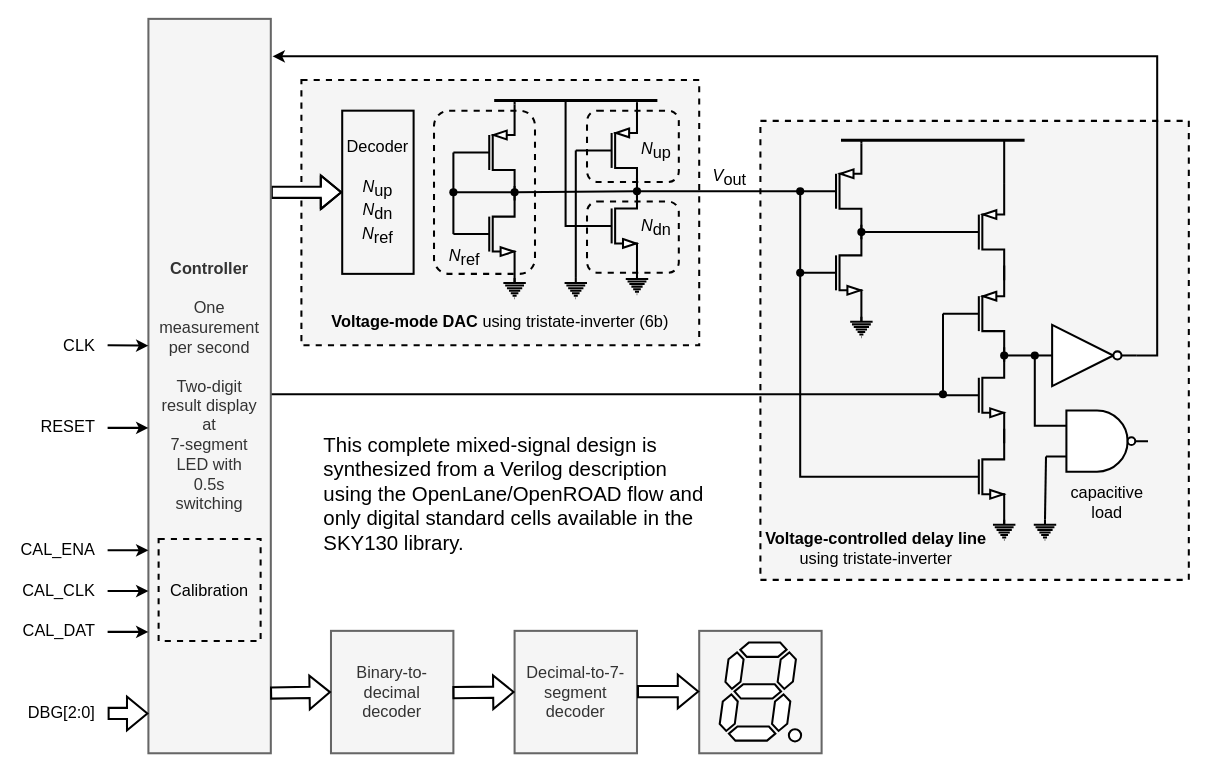
Earlier version of the draw.io diagram doc/synthesized_temperature_sensor.drawio (hpretl/tt03-tempsensor). Source tidied: cells renumbered, new cells numbered last; positions are measured from the earlier drawing's top-left corner, leaving out a move shared by most shapes. Both pictures are drawn from the tidied source at 102%, with x=0, y=0 at pixel (17, 18).
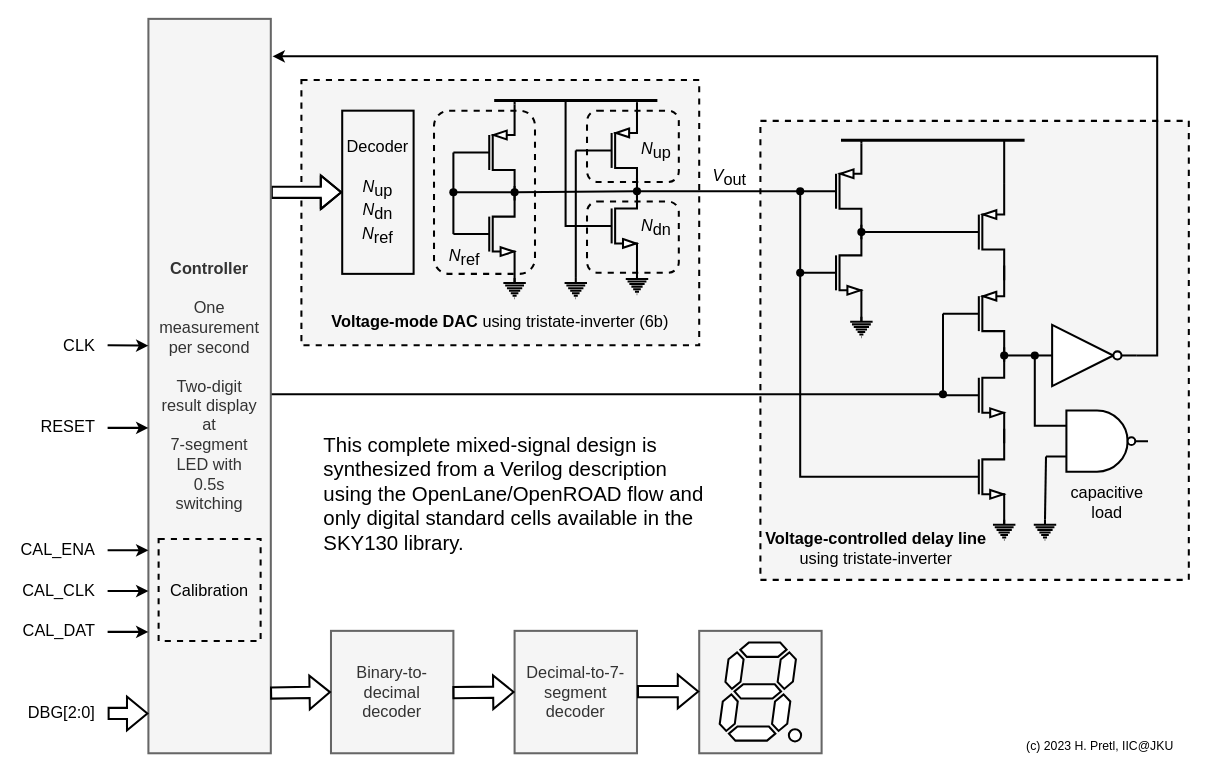
The same diagram, later.

Commit message (it also covers changes not shown here):
Add clarification, add copyright to figures

The edit, as a diff of the source:
```diff
@@
+    <mxCell id="89" value="(c) 2023 H. Pretl, IIC@JKU" style="text;html=1;strokeColor=none;fillColor=none;align=left;verticalAlign=middle;whiteSpace=wrap;rounded=0;fontSize=12;" parent="1" vertex="1">
+      <mxGeometry x="987" y="705.5" width="157" height="14.6" as="geometry" />
+    </mxCell>
```
